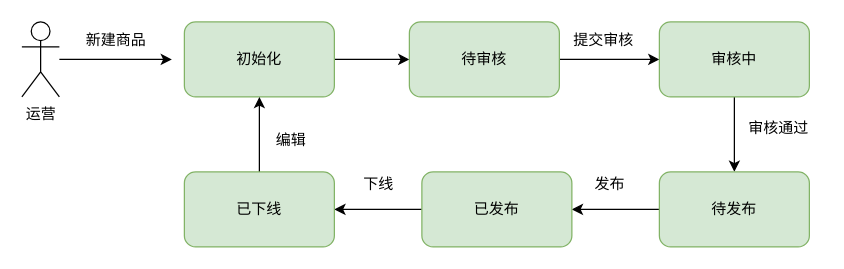
Before: 商品状态机.drawio in jichuanwang/learning, a draw.io diagram. Source tidied: cells renumbered, new cells numbered last; positions are measured from the earlier drawing's top-left corner, leaving out a move shared by most shapes. Both pictures are drawn from the tidied source at 125%, with x=0, y=0 at pixel (21, 21).
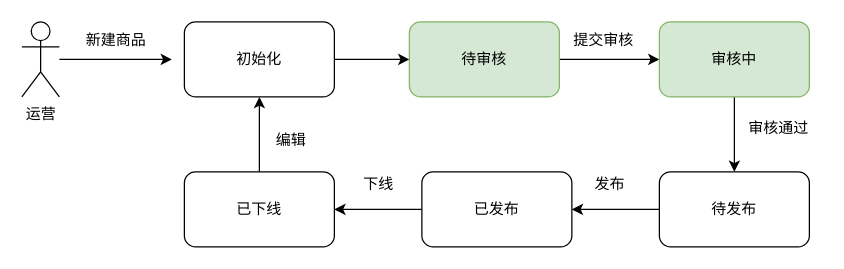
The same page after the edit.

Commit message (it also covers changes not shown here):
更新商品状态机.drawio

The edit, as a diff of the source:
```diff
@@
-    <mxCell id="3" value="初始化" style="rounded=1;whiteSpace=wrap;html=1;fillColor=#d5e8d4;strokeColor=#82b366;" parent="1" vertex="1">
+    <mxCell id="3" value="初始化" style="rounded=1;whiteSpace=wrap;html=1;" parent="1" vertex="1">
       <mxGeometry x="130" width="120" height="60" as="geometry" />
     </mxCell>
@@
-    <mxCell id="12" value="待发布" style="whiteSpace=wrap;html=1;rounded=1;fillColor=#d5e8d4;strokeColor=#82b366;" parent="1" vertex="1">
+    <mxCell id="12" value="待发布" style="whiteSpace=wrap;html=1;rounded=1;" parent="1" vertex="1">
       <mxGeometry x="510" y="120" width="120" height="60" as="geometry" />
     </mxCell>
@@
-    <mxCell id="16" value="已发布" style="whiteSpace=wrap;html=1;rounded=1;fillColor=#d5e8d4;strokeColor=#82b366;" parent="1" vertex="1">
+    <mxCell id="16" value="已发布" style="whiteSpace=wrap;html=1;rounded=1;" parent="1" vertex="1">
       <mxGeometry x="320" y="120" width="120" height="60" as="geometry" />
     </mxCell>
@@
-    <mxCell id="19" value="已下线" style="whiteSpace=wrap;html=1;rounded=1;fillColor=#d5e8d4;strokeColor=#82b366;" parent="1" vertex="1">
+    <mxCell id="19" value="已下线" style="whiteSpace=wrap;html=1;rounded=1;" parent="1" vertex="1">
       <mxGeometry x="130" y="120" width="120" height="60" as="geometry" />
     </mxCell>
```
